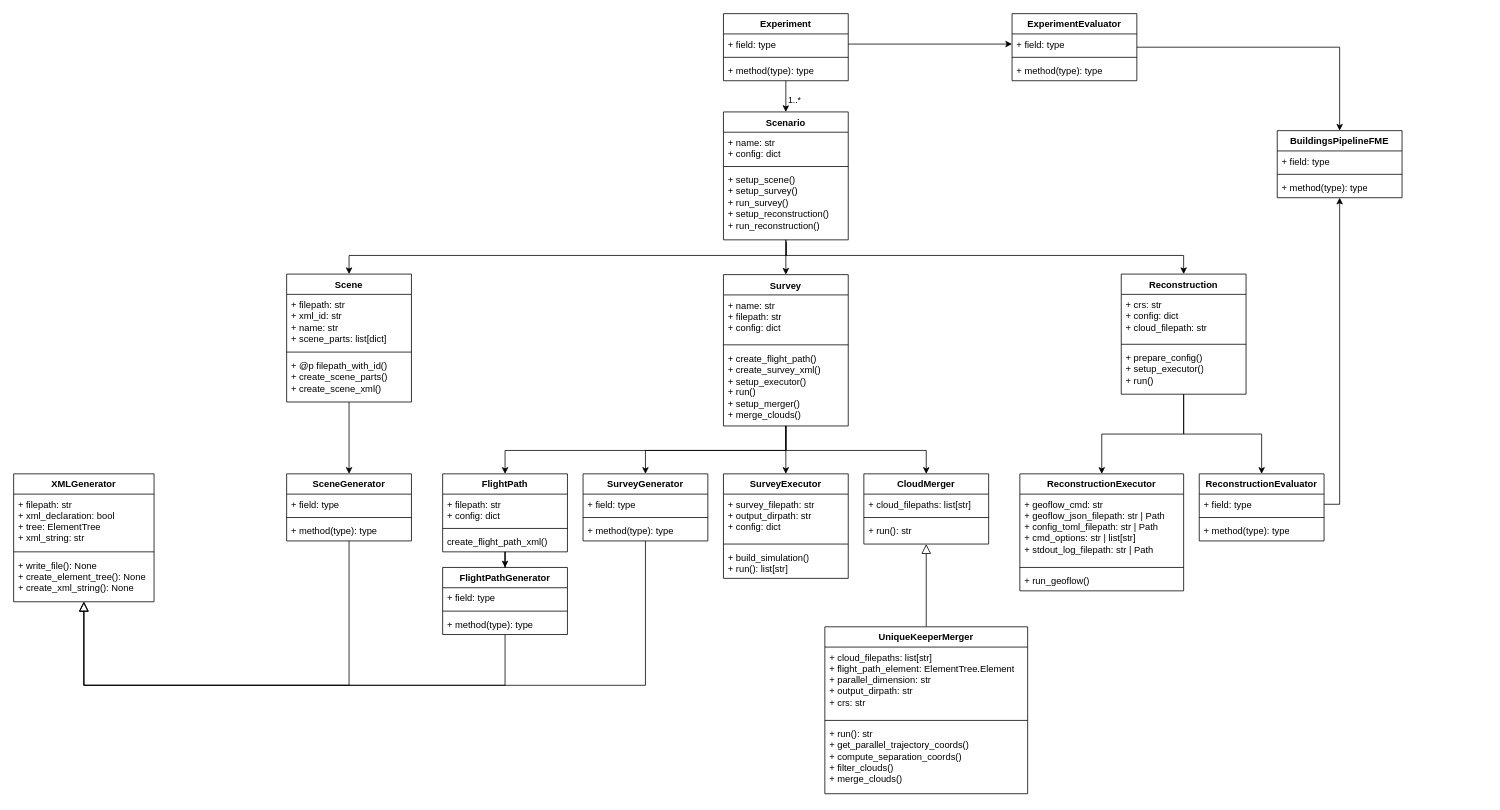
This is uml/city-to-scan-to-city.drawio from florifal/city-to-scan-to-city, a draw.io file, before an edit. Source tidied: cells renumbered, new cells numbered last; positions are measured from the earlier drawing's top-left corner, leaving out a move shared by most shapes. Both pictures are drawn from the tidied source at 78%, with x=0, y=0 at pixel (13, 13).
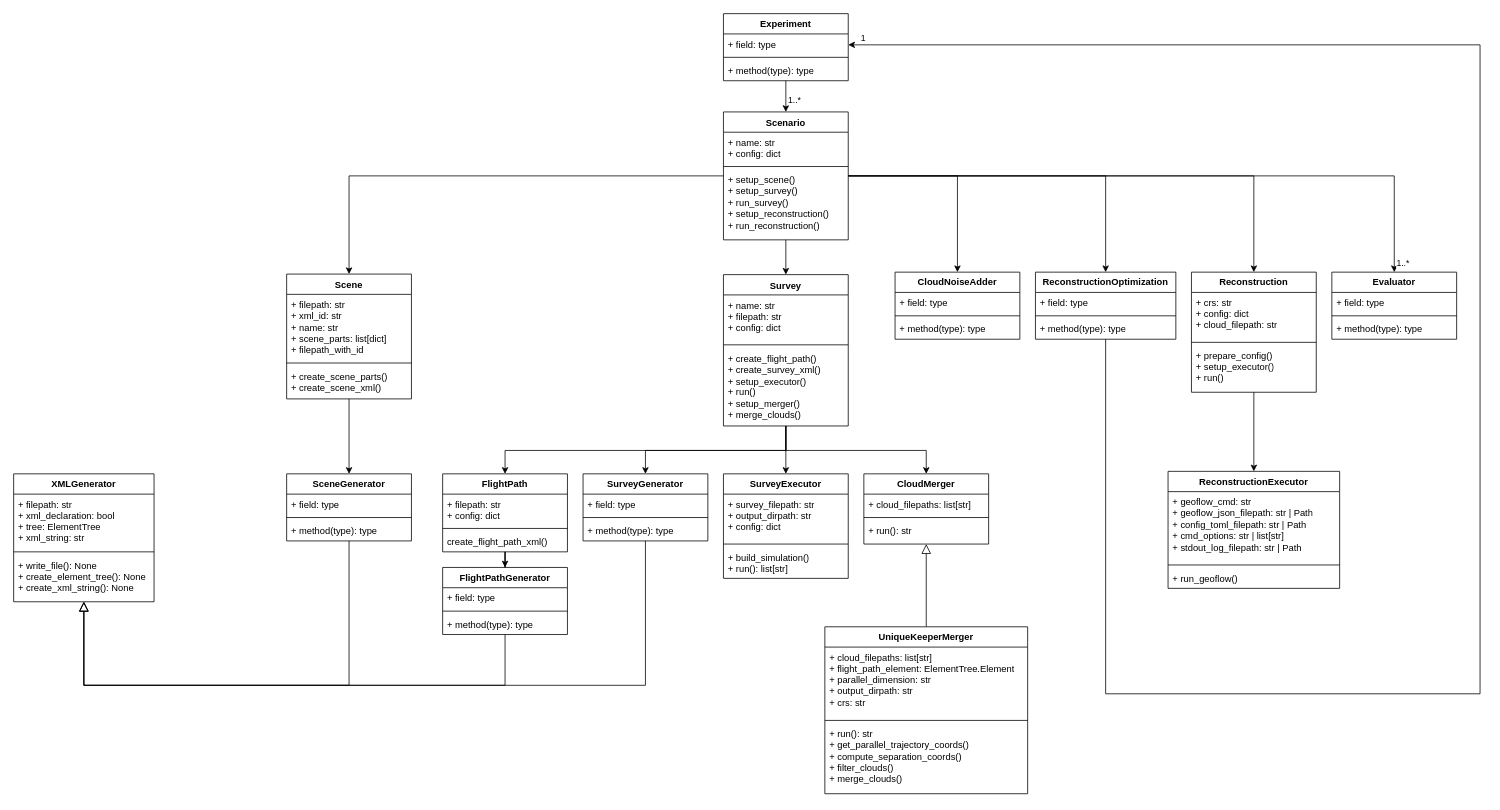
The same page after the edit.

Commit message:
Update UML diagram with reconstruction optimization

The change refers to these unchanged cells:
```xml
<mxCell id="13" value="Scenario" style="swimlane;fontStyle=1;align=center;verticalAlign=top;horizontal=1;startSize=26;whiteSpace=wrap;html=1;" parent="1" vertex="1">
  <mxGeometry x="910" y="126" width="160" height="164" as="geometry" />
</mxCell>
<mxCell id="16" value="+ setup_scene()&lt;div&gt;+ setup_survey()&lt;/div&gt;&lt;div&gt;+ run_survey()&lt;/div&gt;&lt;div&gt;+ setup_reconstruction()&lt;/div&gt;&lt;div&gt;+ run_reconstruction()&lt;/div&gt;" style="text;strokeColor=none;fillColor=none;align=left;verticalAlign=top;spacingLeft=4;spacingRight=4;overflow=hidden;points=[[0,0.5],[1,0.5]];portConstraint=eastwest;whiteSpace=wrap;html=1;" parent="13" vertex="1">
  <mxGeometry y="74" width="160" height="90" as="geometry" />
</mxCell>
<mxCell id="31" value="Survey" style="swimlane;fontStyle=1;align=center;verticalAlign=top;horizontal=1;startSize=26;whiteSpace=wrap;html=1;" parent="1" vertex="1">
  <mxGeometry x="910" y="334.6" width="160" height="194" as="geometry" />
</mxCell>
<mxCell id="35" value="Experiment" style="swimlane;fontStyle=1;align=center;verticalAlign=top;horizontal=1;startSize=26;whiteSpace=wrap;html=1;" parent="1" vertex="1">
  <mxGeometry x="910" width="160" height="86" as="geometry" />
</mxCell>
<mxCell id="36" value="+ field: type" style="text;strokeColor=none;fillColor=none;align=left;verticalAlign=top;spacingLeft=4;spacingRight=4;overflow=hidden;points=[[0,0.5],[1,0.5]];portConstraint=eastwest;whiteSpace=wrap;html=1;" parent="35" vertex="1">
  <mxGeometry y="26" width="160" height="26" as="geometry" />
</mxCell>
<mxCell id="70" value="+ field: type" style="text;strokeColor=none;fillColor=none;align=left;verticalAlign=top;spacingLeft=4;spacingRight=4;overflow=hidden;points=[[0,0.5],[1,0.5]];portConstraint=eastwest;whiteSpace=wrap;html=1;" parent="69" vertex="1">
  <mxGeometry y="26" width="160" height="26" as="geometry" />
</mxCell>
```

Change to the diagram source:
```diff
@@
+    <mxCell id="90" style="edgeStyle=orthogonalEdgeStyle;rounded=0;jettySize=auto;html=1;" parent="1" edge="1" source="13" target="69">
+      <mxGeometry relative="1" as="geometry" />
+    </mxCell>
+    <mxCell id="91" value="1..*" style="edgeLabel;html=1;align=center;verticalAlign=middle;" parent="90" vertex="1">
+      <mxGeometry x="0.97" relative="1" as="geometry">
+        <mxPoint x="10" as="offset" />
+      </mxGeometry>
+    </mxCell>
+    <mxCell id="92" style="edgeStyle=orthogonalEdgeStyle;rounded=0;jettySize=auto;html=1;" parent="1" edge="1" source="13" target="101">
+      <mxGeometry relative="1" as="geometry" />
+    </mxCell>
+    <mxCell id="12" style="edgeStyle=orthogonalEdgeStyle;rounded=0;jettySize=auto;html=1;" parent="1" edge="1" source="13" target="52">
+      <mxGeometry relative="1" as="geometry" />
+    </mxCell>
+    <mxCell id="93" style="edgeStyle=orthogonalEdgeStyle;rounded=0;jettySize=auto;html=1;" parent="1" edge="1" source="13" target="95">
+      <mxGeometry relative="1" as="geometry" />
+    </mxCell>
+    <mxCell id="94" style="edgeStyle=orthogonalEdgeStyle;rounded=0;jettySize=auto;html=1;" parent="1" edge="1" source="13" target="44">
+      <mxGeometry relative="1" as="geometry" />
+    </mxCell>
-    <mxCell id="11" style="edgeStyle=orthogonalEdgeStyle;rounded=0;jettySize=auto;html=1;entryX=0.5;entryY=0;entryDx=0;entryDy=0;" parent="1" edge="1" source="13" target="31">
-      <mxGeometry relative="1" as="geometry">
-        <Array as="points">
-          <mxPoint x="990" y="334.9" />
-        </Array>
-      </mxGeometry>
+    <mxCell id="11" style="edgeStyle=orthogonalEdgeStyle;rounded=0;jettySize=auto;html=1;" parent="1" edge="1" source="13" target="31">
+      <mxGeometry relative="1" as="geometry" />
     </mxCell>
-    <mxCell id="12" style="edgeStyle=orthogonalEdgeStyle;rounded=0;jettySize=auto;html=1;" parent="1" edge="1" source="13" target="52">
-      <mxGeometry relative="1" as="geometry">
-        <Array as="points">
-          <mxPoint x="990" y="310" />
-          <mxPoint x="1500" y="310" />
-        </Array>
-      </mxGeometry>
-    </mxCell>
@@
     <mxCell id="44" value="Scene" style="swimlane;fontStyle=1;align=center;verticalAlign=top;horizontal=1;startSize=26;whiteSpace=wrap;html=1;" parent="1" vertex="1">
-      <mxGeometry x="350" y="333.9" width="160" height="164" as="geometry" />
+      <mxGeometry x="350" y="333.9" width="160" height="160" as="geometry" />
     </mxCell>
-    <mxCell id="45" value="&lt;div&gt;+ filepath: str&lt;/div&gt;&lt;div&gt;+ xml_id: str&lt;/div&gt;&lt;div&gt;+ name: str&lt;/div&gt;&lt;div&gt;+ scene_parts: list[dict]&lt;/div&gt;" style="text;strokeColor=none;fillColor=none;align=left;verticalAlign=top;spacingLeft=4;spacingRight=4;overflow=hidden;whiteSpace=wrap;html=1;" parent="44" vertex="1">
-      <mxGeometry y="26" width="160" height="70" as="geometry" />
+    <mxCell id="45" value="&lt;div&gt;+ filepath: str&lt;/div&gt;&lt;div&gt;+ xml_id: str&lt;/div&gt;&lt;div&gt;+ name: str&lt;/div&gt;&lt;div&gt;+ scene_parts: list[dict]&lt;/div&gt;&lt;div&gt;+ filepath_with_id&lt;/div&gt;" style="text;strokeColor=none;fillColor=none;align=left;verticalAlign=top;spacingLeft=4;spacingRight=4;overflow=hidden;whiteSpace=wrap;html=1;" parent="44" vertex="1">
+      <mxGeometry y="26" width="160" height="84" as="geometry" />
     </mxCell>
     <mxCell id="46" style="line;strokeWidth=1;fillColor=none;align=left;verticalAlign=middle;spacingTop=-1;spacingLeft=3;spacingRight=3;labelPosition=right;strokeColor=inherit;" parent="44" vertex="1">
-      <mxGeometry y="96" width="160" height="8" as="geometry" />
+      <mxGeometry y="110" width="160" height="8" as="geometry" />
     </mxCell>
-    <mxCell id="47" value="+ @p filepath_with_id()&lt;div&gt;+ create_scene_parts()&lt;/div&gt;&lt;div&gt;+ create_scene_xml()&lt;/div&gt;" style="text;strokeColor=none;fillColor=none;align=left;verticalAlign=top;spacingLeft=4;spacingRight=4;overflow=hidden;whiteSpace=wrap;html=1;" parent="44" vertex="1">
-      <mxGeometry y="104" width="160" height="60" as="geometry" />
+    <mxCell id="47" value="&lt;div&gt;+ create_scene_parts()&lt;/div&gt;&lt;div&gt;+ create_scene_xml()&lt;/div&gt;" style="text;strokeColor=none;fillColor=none;align=left;verticalAlign=top;spacingLeft=4;spacingRight=4;overflow=hidden;whiteSpace=wrap;html=1;" parent="44" vertex="1">
+      <mxGeometry y="118" width="160" height="42" as="geometry" />
     </mxCell>
@@
-    <mxCell id="51" style="edgeStyle=orthogonalEdgeStyle;rounded=0;jettySize=auto;html=1;entryX=0.5;entryY=0;entryDx=0;entryDy=0;" parent="1" edge="1" source="52" target="60">
-      <mxGeometry relative="1" as="geometry" />
-    </mxCell>
     <mxCell id="52" value="Reconstruction" style="swimlane;fontStyle=1;align=center;verticalAlign=top;horizontal=1;startSize=26;whiteSpace=wrap;html=1;" parent="1" vertex="1">
-      <mxGeometry x="1420" y="333.9" width="160" height="154" as="geometry" />
+      <mxGeometry x="1510" y="331.4" width="160" height="154" as="geometry" />
     </mxCell>
@@
     <mxCell id="56" value="ReconstructionExecutor" style="swimlane;fontStyle=1;align=center;verticalAlign=top;horizontal=1;startSize=26;whiteSpace=wrap;html=1;" parent="1" vertex="1">
-      <mxGeometry x="1290" y="590" width="210" height="150" as="geometry" />
+      <mxGeometry x="1480" y="586.8" width="220" height="150" as="geometry" />
     </mxCell>
     <mxCell id="57" value="+ geoflow_cmd: str&lt;div&gt;+ geoflow_json_filepath: str | Path&lt;/div&gt;&lt;div&gt;+ config_toml_filepath: str | Path&lt;/div&gt;&lt;div&gt;+ cmd_options: str | list[str]&lt;/div&gt;&lt;div&gt;+ stdout_log_filepath: str | Path&lt;/div&gt;" style="text;strokeColor=none;fillColor=none;align=left;verticalAlign=top;spacingLeft=4;spacingRight=4;overflow=hidden;whiteSpace=wrap;html=1;" parent="56" vertex="1">
-      <mxGeometry y="26" width="210" height="90" as="geometry" />
+      <mxGeometry y="26" width="220" height="90" as="geometry" />
     </mxCell>
     <mxCell id="58" style="line;strokeWidth=1;fillColor=none;align=left;verticalAlign=middle;spacingTop=-1;spacingLeft=3;spacingRight=3;labelPosition=right;strokeColor=inherit;" parent="56" vertex="1">
-      <mxGeometry y="116" width="210" height="8" as="geometry" />
+      <mxGeometry y="116" width="220" height="8" as="geometry" />
     </mxCell>
     <mxCell id="59" value="+ run_geoflow()" style="text;strokeColor=none;fillColor=none;align=left;verticalAlign=top;spacingLeft=4;spacingRight=4;overflow=hidden;whiteSpace=wrap;html=1;" parent="56" vertex="1">
-      <mxGeometry y="124" width="210" height="26" as="geometry" />
+      <mxGeometry y="124" width="220" height="26" as="geometry" />
     </mxCell>
-    <mxCell id="60" value="ReconstructionEvaluator" style="swimlane;fontStyle=1;align=center;verticalAlign=top;horizontal=1;startSize=26;whiteSpace=wrap;html=1;" parent="1" vertex="1">
-      <mxGeometry x="1520" y="590" width="160" height="86" as="geometry" />
-    </mxCell>
-    <mxCell id="61" value="+ field: type" style="text;strokeColor=none;fillColor=none;align=left;verticalAlign=top;spacingLeft=4;spacingRight=4;overflow=hidden;points=[[0,0.5],[1,0.5]];portConstraint=eastwest;whiteSpace=wrap;html=1;" parent="60" vertex="1">
-      <mxGeometry y="26" width="160" height="26" as="geometry" />
-    </mxCell>
-    <mxCell id="62" style="line;strokeWidth=1;fillColor=none;align=left;verticalAlign=middle;spacingTop=-1;spacingLeft=3;spacingRight=3;labelPosition=right;strokeColor=inherit;" parent="60" vertex="1">
-      <mxGeometry y="52" width="160" height="8" as="geometry" />
-    </mxCell>
-    <mxCell id="63" value="+ method(type): type" style="text;strokeColor=none;fillColor=none;align=left;verticalAlign=top;spacingLeft=4;spacingRight=4;overflow=hidden;whiteSpace=wrap;html=1;" parent="60" vertex="1">
-      <mxGeometry y="60" width="160" height="26" as="geometry" />
-    </mxCell>
-    <mxCell id="64" value="BuildingsPipelineFME" style="swimlane;fontStyle=1;align=center;verticalAlign=top;horizontal=1;startSize=26;whiteSpace=wrap;html=1;" parent="1" vertex="1">
-      <mxGeometry x="1620" y="150" width="160" height="86" as="geometry" />
-    </mxCell>
-    <mxCell id="65" value="+ field: type" style="text;strokeColor=none;fillColor=none;align=left;verticalAlign=top;spacingLeft=4;spacingRight=4;overflow=hidden;whiteSpace=wrap;html=1;" parent="64" vertex="1">
-      <mxGeometry y="26" width="160" height="26" as="geometry" />
-    </mxCell>
-    <mxCell id="66" style="line;strokeWidth=1;fillColor=none;align=left;verticalAlign=middle;spacingTop=-1;spacingLeft=3;spacingRight=3;labelPosition=right;strokeColor=inherit;" parent="64" vertex="1">
-      <mxGeometry y="52" width="160" height="8" as="geometry" />
-    </mxCell>
-    <mxCell id="67" value="+ method(type): type" style="text;strokeColor=none;fillColor=none;align=left;verticalAlign=top;spacingLeft=4;spacingRight=4;overflow=hidden;whiteSpace=wrap;html=1;" parent="64" vertex="1">
-      <mxGeometry y="60" width="160" height="26" as="geometry" />
-    </mxCell>
-    <mxCell id="68" style="edgeStyle=orthogonalEdgeStyle;rounded=0;jettySize=auto;html=1;entryX=0.5;entryY=0;entryDx=0;entryDy=0;" parent="1" edge="1" source="69" target="64">
-      <mxGeometry relative="1" as="geometry" />
-    </mxCell>
-    <mxCell id="69" value="ExperimentEvaluator" style="swimlane;fontStyle=1;align=center;verticalAlign=top;horizontal=1;startSize=26;whiteSpace=wrap;html=1;" parent="1" vertex="1">
-      <mxGeometry x="1280" width="160" height="86" as="geometry" />
+    <mxCell id="69" value="Evaluator" style="swimlane;fontStyle=1;align=center;verticalAlign=top;horizontal=1;startSize=26;whiteSpace=wrap;html=1;" parent="1" vertex="1">
+      <mxGeometry x="1690" y="331.4" width="160" height="86" as="geometry" />
     </mxCell>
@@
-    <mxCell id="73" style="edgeStyle=orthogonalEdgeStyle;rounded=0;jettySize=auto;html=1;exitX=1;exitY=0.5;exitDx=0;exitDy=0;entryX=0;entryY=0.5;entryDx=0;entryDy=0;" parent="1" edge="1" source="36" target="70">
-      <mxGeometry relative="1" as="geometry" />
-    </mxCell>
@@
-    <mxCell id="79" style="edgeStyle=orthogonalEdgeStyle;rounded=0;jettySize=auto;html=1;entryX=0.5;entryY=0;entryDx=0;entryDy=0;exitX=0.505;exitY=1.03;exitDx=0;exitDy=0;exitPerimeter=0;" parent="1" edge="1" source="16" target="44">
-      <mxGeometry relative="1" as="geometry">
-        <Array as="points">
-          <mxPoint x="991" y="310" />
-          <mxPoint x="430" y="310" />
-        </Array>
-      </mxGeometry>
-    </mxCell>
@@
-    <mxCell id="84" style="edgeStyle=orthogonalEdgeStyle;rounded=0;jettySize=auto;html=1;entryX=0.5;entryY=1;entryDx=0;entryDy=0;" parent="1" edge="1" source="61" target="64">
-      <mxGeometry relative="1" as="geometry" />
-    </mxCell>
@@
+    <mxCell id="95" value="CloudNoiseAdder" style="swimlane;fontStyle=1;align=center;verticalAlign=top;horizontal=1;startSize=26;whiteSpace=wrap;html=1;" parent="1" vertex="1">
+      <mxGeometry x="1130" y="331.4" width="160" height="86" as="geometry" />
+    </mxCell>
+    <mxCell id="96" value="+ field: type" style="text;strokeColor=none;fillColor=none;align=left;verticalAlign=top;spacingLeft=4;spacingRight=4;overflow=hidden;whiteSpace=wrap;html=1;" parent="95" vertex="1">
+      <mxGeometry y="26" width="160" height="26" as="geometry" />
+    </mxCell>
+    <mxCell id="97" style="line;strokeWidth=1;fillColor=none;align=left;verticalAlign=middle;spacingTop=-1;spacingLeft=3;spacingRight=3;labelPosition=right;strokeColor=inherit;" parent="95" vertex="1">
+      <mxGeometry y="52" width="160" height="8" as="geometry" />
+    </mxCell>
+    <mxCell id="98" value="+ method(type): type" style="text;strokeColor=none;fillColor=none;align=left;verticalAlign=top;spacingLeft=4;spacingRight=4;overflow=hidden;whiteSpace=wrap;html=1;" parent="95" vertex="1">
+      <mxGeometry y="60" width="160" height="26" as="geometry" />
+    </mxCell>
+    <mxCell id="99" style="edgeStyle=orthogonalEdgeStyle;rounded=0;jettySize=auto;html=1;" parent="1" edge="1" source="101" target="35">
+      <mxGeometry relative="1" as="geometry">
+        <Array as="points">
+          <mxPoint x="1400" y="872" />
+          <mxPoint x="1880" y="872" />
+          <mxPoint x="1880" y="40" />
+        </Array>
+      </mxGeometry>
+    </mxCell>
+    <mxCell id="100" value="1" style="edgeLabel;html=1;align=center;verticalAlign=middle;" parent="99" vertex="1">
+      <mxGeometry x="0.99" y="2" relative="1" as="geometry">
+        <mxPoint x="6" y="-11" as="offset" />
+      </mxGeometry>
+    </mxCell>
+    <mxCell id="101" value="ReconstructionOptimization" style="swimlane;fontStyle=1;align=center;verticalAlign=top;horizontal=1;startSize=26;whiteSpace=wrap;html=1;" parent="1" vertex="1">
+      <mxGeometry x="1310" y="331.4" width="180" height="86" as="geometry" />
+    </mxCell>
+    <mxCell id="102" value="+ field: type" style="text;strokeColor=none;fillColor=none;align=left;verticalAlign=top;spacingLeft=4;spacingRight=4;overflow=hidden;whiteSpace=wrap;html=1;" parent="101" vertex="1">
+      <mxGeometry y="26" width="180" height="26" as="geometry" />
+    </mxCell>
+    <mxCell id="103" style="line;strokeWidth=1;fillColor=none;align=left;verticalAlign=middle;spacingTop=-1;spacingLeft=3;spacingRight=3;labelPosition=right;strokeColor=inherit;" parent="101" vertex="1">
+      <mxGeometry y="52" width="180" height="8" as="geometry" />
+    </mxCell>
+    <mxCell id="104" value="+ method(type): type" style="text;strokeColor=none;fillColor=none;align=left;verticalAlign=top;spacingLeft=4;spacingRight=4;overflow=hidden;whiteSpace=wrap;html=1;" parent="101" vertex="1">
+      <mxGeometry y="60" width="180" height="26" as="geometry" />
+    </mxCell>
```
